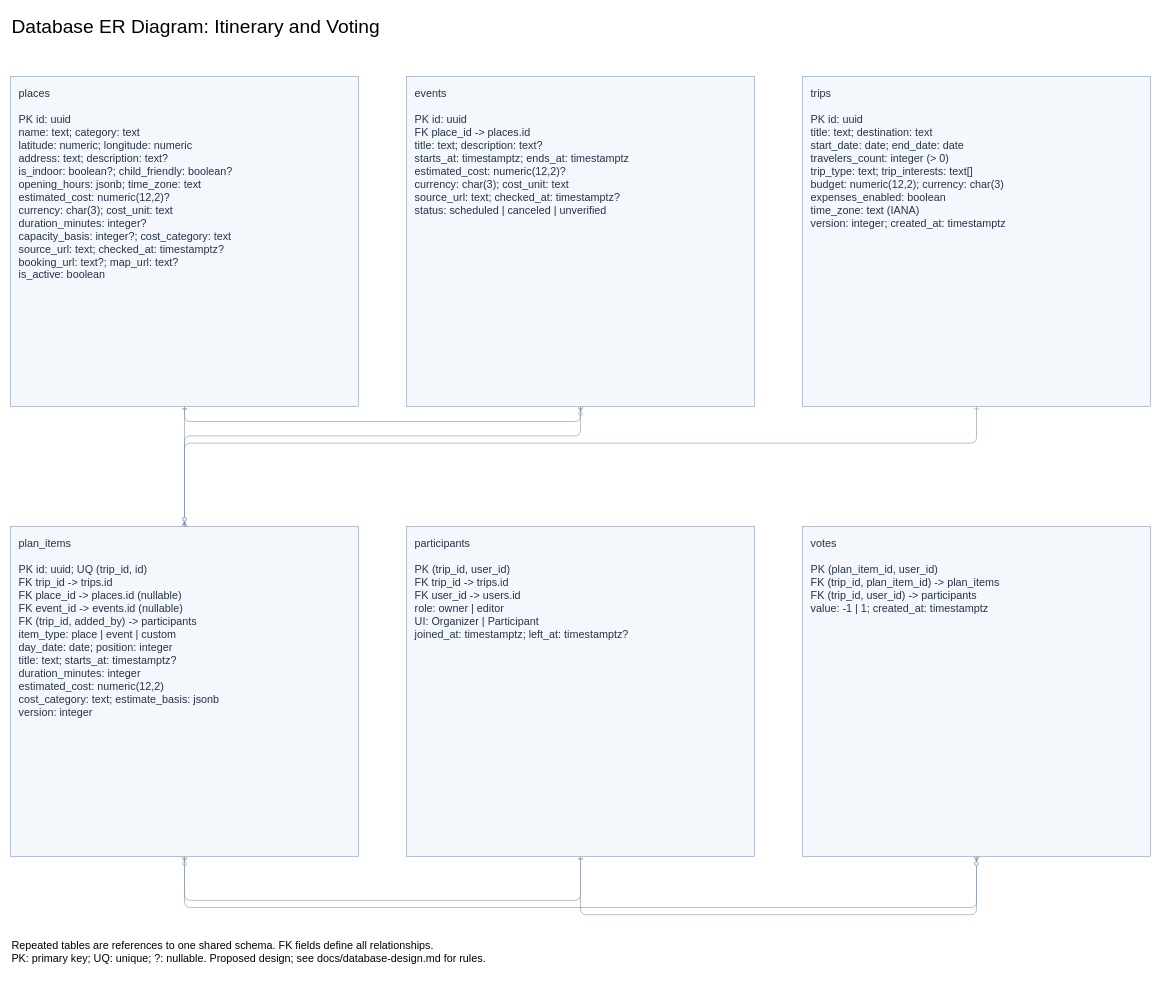
This is page "Itinerary and Voting" (2 of 4) of diagrams/database-er.drawio from yer455yl/collaborative-trip-planning, a draw.io file, before an edit. Source tidied: cells renumbered, new cells numbered last; positions are measured from the earlier drawing's top-left corner, leaving out a move shared by most shapes. Both pictures are drawn from the tidied source at 60%, with x=0, y=0 at pixel (10, 10).
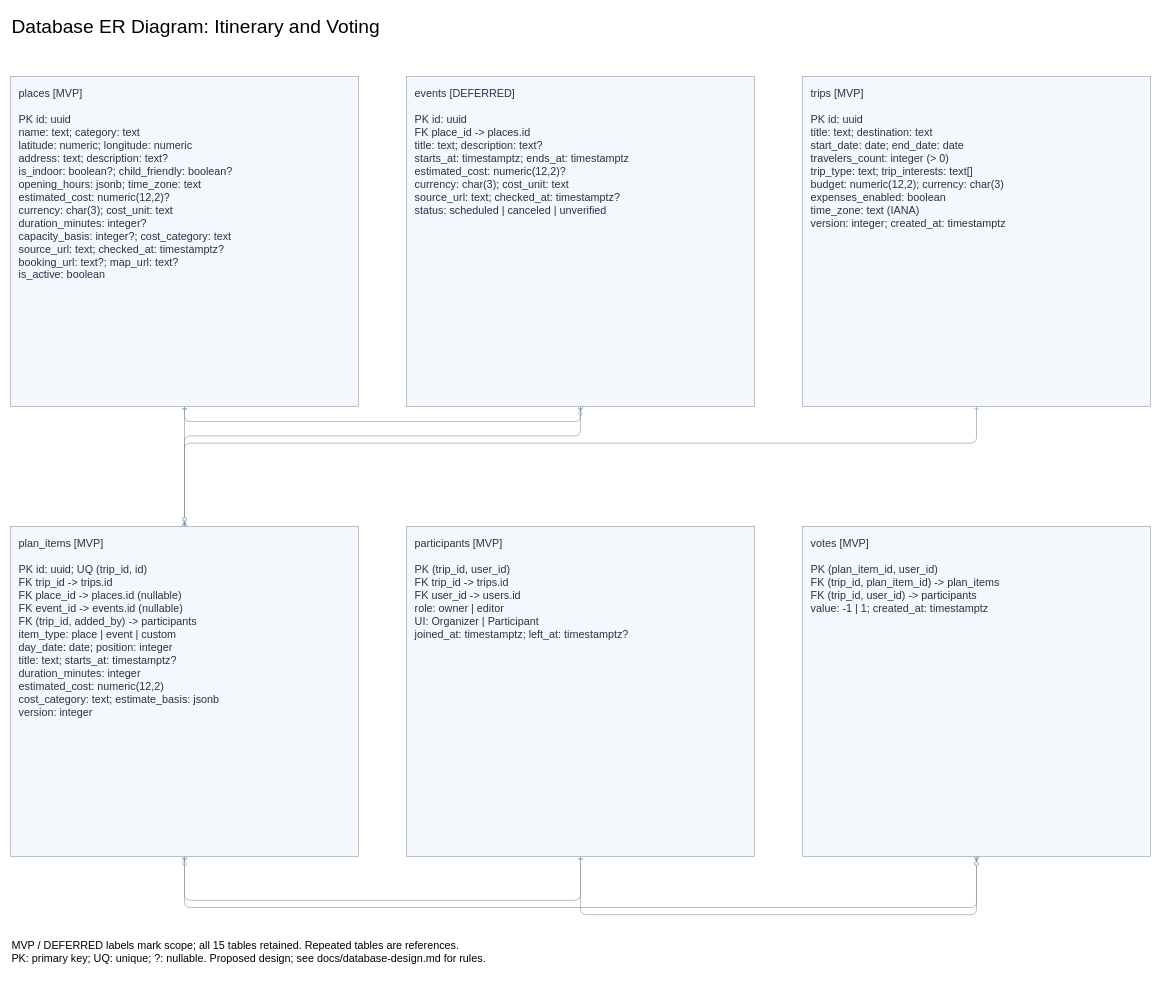
The same diagram, later.

The edit, as a diff of the source:
```diff
@@
-    <mxCell id="10" value="places&#10;&#10;PK id: uuid&#10;name: text; category: text&#10;latitude: numeric; longitude: numeric&#10;address: text; description: text?&#10;is_indoor: boolean?; child_friendly: boolean?&#10;opening_hours: jsonb; time_zone: text&#10;estimated_cost: numeric(12,2)?&#10;currency: char(3); cost_unit: text&#10;duration_minutes: integer?&#10;capacity_basis: integer?; cost_category: text&#10;source_url: text; checked_at: timestamptz?&#10;booking_url: text?; map_url: text?&#10;is_active: boolean" style="rounded=0;whiteSpace=wrap;html=0;fillColor=#f4f7fb;strokeColor=#879bb5;fontColor=#243449;fontSize=18;align=left;verticalAlign=top;spacing=14;" parent="1" vertex="1">
+    <mxCell id="10" value="places [MVP]&#10;&#10;PK id: uuid&#10;name: text; category: text&#10;latitude: numeric; longitude: numeric&#10;address: text; description: text?&#10;is_indoor: boolean?; child_friendly: boolean?&#10;opening_hours: jsonb; time_zone: text&#10;estimated_cost: numeric(12,2)?&#10;currency: char(3); cost_unit: text&#10;duration_minutes: integer?&#10;capacity_basis: integer?; cost_category: text&#10;source_url: text; checked_at: timestamptz?&#10;booking_url: text?; map_url: text?&#10;is_active: boolean" style="rounded=0;whiteSpace=wrap;html=0;fillColor=#f4f7fb;strokeColor=#879bb5;fontColor=#243449;fontSize=18;align=left;verticalAlign=top;spacing=14;" parent="1" vertex="1">
       <mxGeometry y="110" width="580" height="550" as="geometry" />
     </mxCell>
-    <mxCell id="11" value="events&#10;&#10;PK id: uuid&#10;FK place_id -&gt; places.id&#10;title: text; description: text?&#10;starts_at: timestamptz; ends_at: timestamptz&#10;estimated_cost: numeric(12,2)?&#10;currency: char(3); cost_unit: text&#10;source_url: text; checked_at: timestamptz?&#10;status: scheduled | canceled | unverified" style="rounded=0;whiteSpace=wrap;html=0;fillColor=#f4f7fb;strokeColor=#879bb5;fontColor=#243449;fontSize=18;align=left;verticalAlign=top;spacing=14;" parent="1" vertex="1">
+    <mxCell id="11" value="events [DEFERRED]&#10;&#10;PK id: uuid&#10;FK place_id -&gt; places.id&#10;title: text; description: text?&#10;starts_at: timestamptz; ends_at: timestamptz&#10;estimated_cost: numeric(12,2)?&#10;currency: char(3); cost_unit: text&#10;source_url: text; checked_at: timestamptz?&#10;status: scheduled | canceled | unverified" style="rounded=0;whiteSpace=wrap;html=0;fillColor=#f4f7fb;strokeColor=#879bb5;fontColor=#243449;fontSize=18;align=left;verticalAlign=top;spacing=14;" parent="1" vertex="1">
       <mxGeometry x="660" y="110" width="580" height="550" as="geometry" />
     </mxCell>
-    <mxCell id="12" value="trips&#10;&#10;PK id: uuid&#10;title: text; destination: text&#10;start_date: date; end_date: date&#10;travelers_count: integer (&gt; 0)&#10;trip_type: text; trip_interests: text[]&#10;budget: numeric(12,2); currency: char(3)&#10;expenses_enabled: boolean&#10;time_zone: text (IANA)&#10;version: integer; created_at: timestamptz" style="rounded=0;whiteSpace=wrap;html=0;fillColor=#f4f7fb;strokeColor=#879bb5;fontColor=#243449;fontSize=18;align=left;verticalAlign=top;spacing=14;" parent="1" vertex="1">
+    <mxCell id="12" value="trips [MVP]&#10;&#10;PK id: uuid&#10;title: text; destination: text&#10;start_date: date; end_date: date&#10;travelers_count: integer (&gt; 0)&#10;trip_type: text; trip_interests: text[]&#10;budget: numeric(12,2); currency: char(3)&#10;expenses_enabled: boolean&#10;time_zone: text (IANA)&#10;version: integer; created_at: timestamptz" style="rounded=0;whiteSpace=wrap;html=0;fillColor=#f4f7fb;strokeColor=#879bb5;fontColor=#243449;fontSize=18;align=left;verticalAlign=top;spacing=14;" parent="1" vertex="1">
       <mxGeometry x="1320" y="110" width="580" height="550" as="geometry" />
     </mxCell>
-    <mxCell id="13" value="plan_items&#10;&#10;PK id: uuid; UQ (trip_id, id)&#10;FK trip_id -&gt; trips.id&#10;FK place_id -&gt; places.id (nullable)&#10;FK event_id -&gt; events.id (nullable)&#10;FK (trip_id, added_by) -&gt; participants&#10;item_type: place | event | custom&#10;day_date: date; position: integer&#10;title: text; starts_at: timestamptz?&#10;duration_minutes: integer&#10;estimated_cost: numeric(12,2)&#10;cost_category: text; estimate_basis: jsonb&#10;version: integer" style="rounded=0;whiteSpace=wrap;html=0;fillColor=#f4f7fb;strokeColor=#879bb5;fontColor=#243449;fontSize=18;align=left;verticalAlign=top;spacing=14;" parent="1" vertex="1">
+    <mxCell id="13" value="plan_items [MVP]&#10;&#10;PK id: uuid; UQ (trip_id, id)&#10;FK trip_id -&gt; trips.id&#10;FK place_id -&gt; places.id (nullable)&#10;FK event_id -&gt; events.id (nullable)&#10;FK (trip_id, added_by) -&gt; participants&#10;item_type: place | event | custom&#10;day_date: date; position: integer&#10;title: text; starts_at: timestamptz?&#10;duration_minutes: integer&#10;estimated_cost: numeric(12,2)&#10;cost_category: text; estimate_basis: jsonb&#10;version: integer" style="rounded=0;whiteSpace=wrap;html=0;fillColor=#f4f7fb;strokeColor=#879bb5;fontColor=#243449;fontSize=18;align=left;verticalAlign=top;spacing=14;" parent="1" vertex="1">
       <mxGeometry y="860" width="580" height="550" as="geometry" />
     </mxCell>
-    <mxCell id="14" value="participants&#10;&#10;PK (trip_id, user_id)&#10;FK trip_id -&gt; trips.id&#10;FK user_id -&gt; users.id&#10;role: owner | editor&#10;UI: Organizer | Participant&#10;joined_at: timestamptz; left_at: timestamptz?" style="rounded=0;whiteSpace=wrap;html=0;fillColor=#f4f7fb;strokeColor=#879bb5;fontColor=#243449;fontSize=18;align=left;verticalAlign=top;spacing=14;" parent="1" vertex="1">
+    <mxCell id="14" value="participants [MVP]&#10;&#10;PK (trip_id, user_id)&#10;FK trip_id -&gt; trips.id&#10;FK user_id -&gt; users.id&#10;role: owner | editor&#10;UI: Organizer | Participant&#10;joined_at: timestamptz; left_at: timestamptz?" style="rounded=0;whiteSpace=wrap;html=0;fillColor=#f4f7fb;strokeColor=#879bb5;fontColor=#243449;fontSize=18;align=left;verticalAlign=top;spacing=14;" parent="1" vertex="1">
       <mxGeometry x="660" y="860" width="580" height="550" as="geometry" />
     </mxCell>
-    <mxCell id="15" value="votes&#10;&#10;PK (plan_item_id, user_id)&#10;FK (trip_id, plan_item_id) -&gt; plan_items&#10;FK (trip_id, user_id) -&gt; participants&#10;value: -1 | 1; created_at: timestamptz" style="rounded=0;whiteSpace=wrap;html=0;fillColor=#f4f7fb;strokeColor=#879bb5;fontColor=#243449;fontSize=18;align=left;verticalAlign=top;spacing=14;" parent="1" vertex="1">
+    <mxCell id="15" value="votes [MVP]&#10;&#10;PK (plan_item_id, user_id)&#10;FK (trip_id, plan_item_id) -&gt; plan_items&#10;FK (trip_id, user_id) -&gt; participants&#10;value: -1 | 1; created_at: timestamptz" style="rounded=0;whiteSpace=wrap;html=0;fillColor=#f4f7fb;strokeColor=#879bb5;fontColor=#243449;fontSize=18;align=left;verticalAlign=top;spacing=14;" parent="1" vertex="1">
       <mxGeometry x="1320" y="860" width="580" height="550" as="geometry" />
     </mxCell>
-    <mxCell id="16" value="Repeated tables are references to one shared schema. FK fields define all relationships.&#10;PK: primary key; UQ: unique; ?: nullable. Proposed design; see docs/database-design.md for rules." style="text;html=0;fontSize=18;align=left;" parent="1" vertex="1">
+    <mxCell id="16" value="MVP / DEFERRED labels mark scope; all 15 tables retained. Repeated tables are references.&#10;PK: primary key; UQ: unique; ?: nullable. Proposed design; see docs/database-design.md for rules." style="text;html=0;fontSize=18;align=left;" parent="1" vertex="1">
       <mxGeometry y="1540" width="1880" height="100" as="geometry" />
     </mxCell>
```
